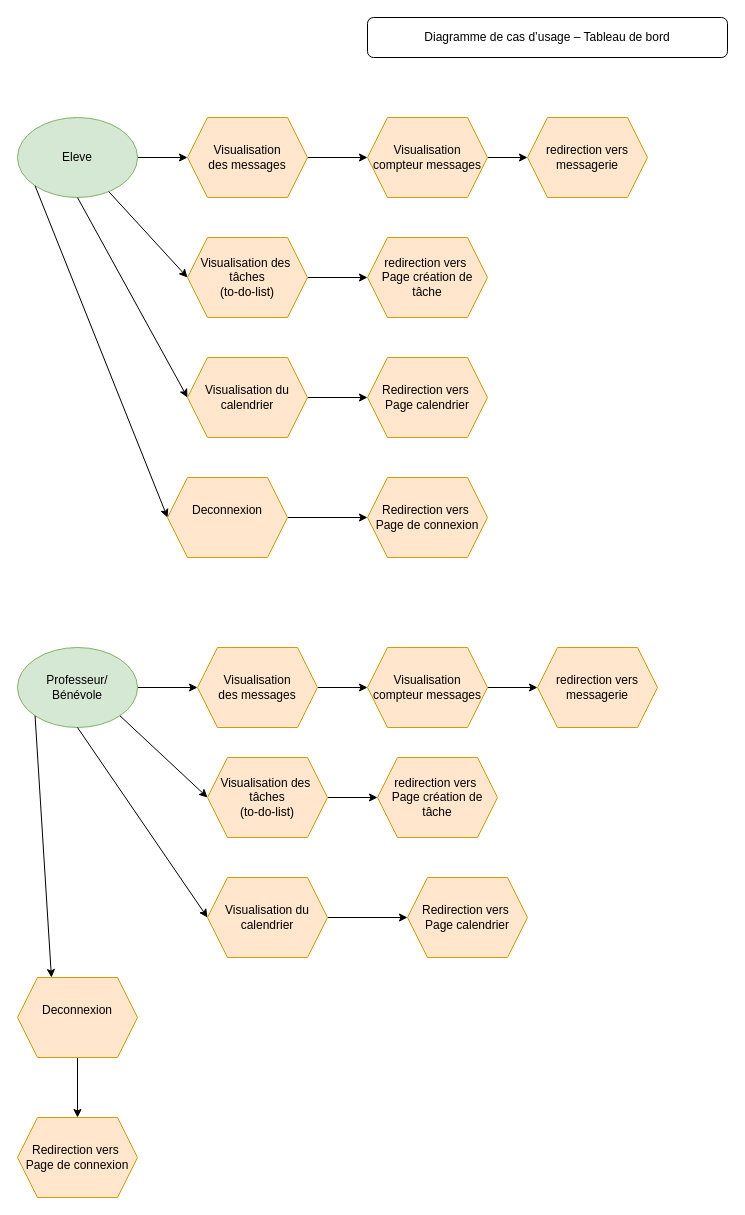
Above: Diagramme de cas d’usage – Tableau de bord.drawio in frederic5962/Learn-Home_p10 (draw.io), before the change. Source tidied: cells renumbered, new cells numbered last; positions are measured from the earlier drawing's top-left corner, leaving out a move shared by most shapes. Both pictures are drawn from the tidied source at 100%, with x=0, y=0 at pixel (17, 17).
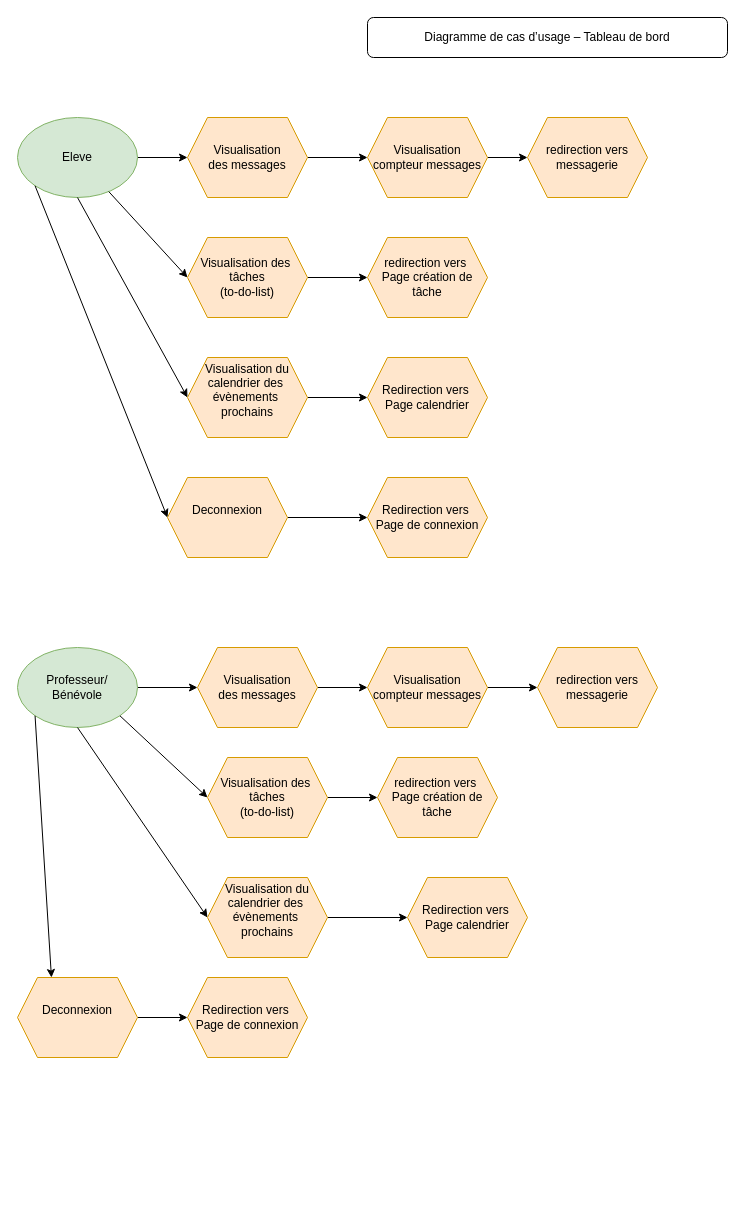
After the change.

Commit message:
Mettre à jour Diagramme de cas d’usage – Tableau de bord.drawio

Change to the diagram source:
```diff
@@
-    <mxCell id="17" value="Visualisation du calendrier" style="shape=hexagon;perimeter=hexagonPerimeter2;whiteSpace=wrap;html=1;fixedSize=1;fillColor=#ffe6cc;strokeColor=#d79b00;" parent="1" vertex="1">
+    <mxCell id="17" value="Visualisation du calendrier des&amp;nbsp;&lt;div&gt;évènements&amp;nbsp;&lt;/div&gt;&lt;div&gt;prochains&lt;br&gt;&lt;div&gt;&lt;br&gt;&lt;/div&gt;&lt;/div&gt;" style="shape=hexagon;perimeter=hexagonPerimeter2;whiteSpace=wrap;html=1;fixedSize=1;fillColor=#ffe6cc;strokeColor=#d79b00;" parent="1" vertex="1">
       <mxGeometry x="170" y="340" width="120" height="80" as="geometry" />
     </mxCell>
@@
-    <mxCell id="30" value="Visualisation du calendrier" style="shape=hexagon;perimeter=hexagonPerimeter2;whiteSpace=wrap;html=1;fixedSize=1;fillColor=#ffe6cc;strokeColor=#d79b00;" parent="1" vertex="1">
+    <mxCell id="30" value="Visualisation du calendrier des&amp;nbsp;&lt;div&gt;évènements&amp;nbsp;&lt;/div&gt;&lt;div&gt;prochains&lt;br&gt;&lt;div&gt;&lt;br&gt;&lt;/div&gt;&lt;/div&gt;" style="shape=hexagon;perimeter=hexagonPerimeter2;whiteSpace=wrap;html=1;fixedSize=1;fillColor=#ffe6cc;strokeColor=#d79b00;" parent="1" vertex="1">
       <mxGeometry x="190" y="860" width="120" height="80" as="geometry" />
     </mxCell>
@@
     <mxCell id="35" value="Redirection vers&amp;nbsp;&lt;div&gt;Page de connexion&lt;/div&gt;" style="shape=hexagon;perimeter=hexagonPerimeter2;whiteSpace=wrap;html=1;fixedSize=1;fillColor=#ffe6cc;strokeColor=#d79b00;" parent="1" vertex="1">
-      <mxGeometry y="1100" width="120" height="80" as="geometry" />
+      <mxGeometry x="170" y="960" width="120" height="80" as="geometry" />
     </mxCell>
```
